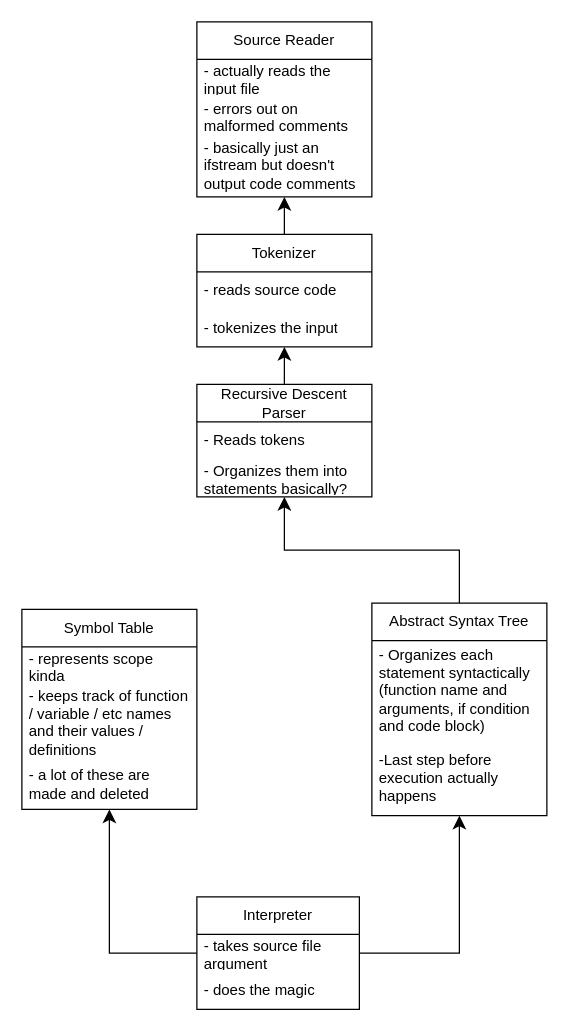
Before: object hierarchy.drawio in mazumderr/Troy, a draw.io diagram. Source tidied: cells renumbered, new cells numbered last; positions are measured from the earlier drawing's top-left corner, leaving out a move shared by most shapes. Both pictures are drawn from the tidied source at 125%, with x=0, y=0 at pixel (21, 21).
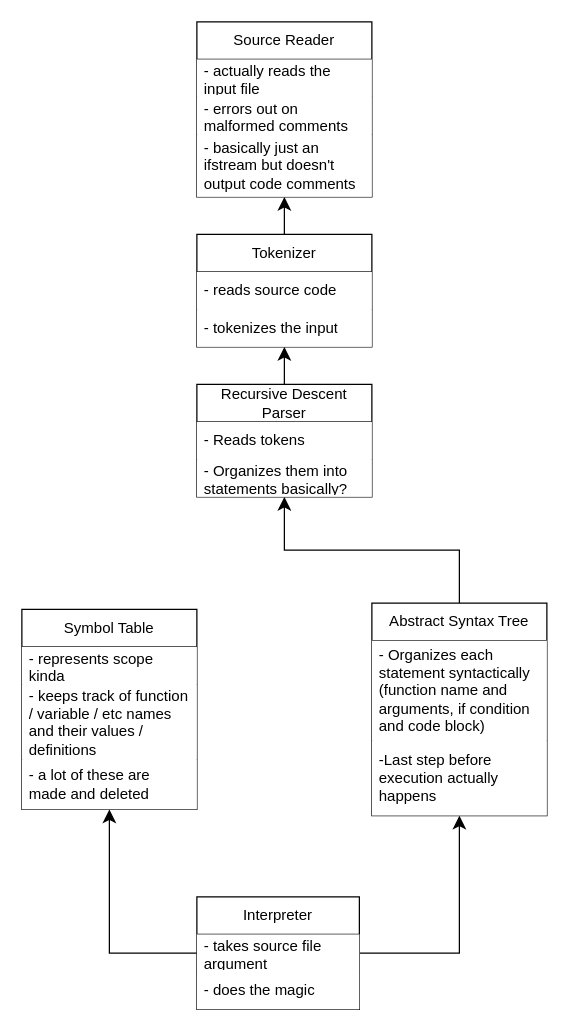
Above is the later version.

Commit message:
made the list backgrounds opaque

Unchanged cells that the change refers to:
```xml
<mxCell id="2" value="Source Reader" style="swimlane;fontStyle=0;horizontal=1;startSize=30;whiteSpace=wrap;html=1;" parent="1" vertex="1">
  <mxGeometry x="140" width="140" height="140" as="geometry" />
</mxCell>
<mxCell id="7" value="Tokenizer" style="swimlane;fontStyle=0;horizontal=1;startSize=30;whiteSpace=wrap;html=1;" parent="1" vertex="1">
  <mxGeometry x="140" y="170" width="140" height="90" as="geometry" />
</mxCell>
<mxCell id="11" value="Recursive Descent Parser" style="swimlane;fontStyle=0;horizontal=1;startSize=30;whiteSpace=wrap;html=1;" parent="1" vertex="1">
  <mxGeometry x="140" y="290" width="140" height="90" as="geometry" />
</mxCell>
<mxCell id="14" value="Symbol Table" style="swimlane;fontStyle=0;horizontal=1;startSize=30;whiteSpace=wrap;html=1;" parent="1" vertex="1">
  <mxGeometry y="470" width="140" height="160" as="geometry" />
</mxCell>
<mxCell id="19" value="Abstract Syntax Tree" style="swimlane;fontStyle=0;horizontal=1;startSize=30;whiteSpace=wrap;html=1;" parent="1" vertex="1">
  <mxGeometry x="280" y="465" width="140" height="170" as="geometry" />
</mxCell>
<mxCell id="24" value="Interpreter" style="swimlane;fontStyle=0;horizontal=1;startSize=30;whiteSpace=wrap;html=1;" parent="1" vertex="1">
  <mxGeometry x="140" y="700" width="130" height="90" as="geometry" />
</mxCell>
```

Change to the diagram source:
```diff
@@
-    <mxCell id="3" value="- actually reads the input file" style="text;strokeColor=none;fillColor=none;align=left;verticalAlign=middle;spacingLeft=4;spacingRight=4;overflow=hidden;whiteSpace=wrap;html=1;" parent="2" vertex="1">
+    <mxCell id="3" value="- actually reads the input file" style="text;strokeColor=none;fillColor=default;align=left;verticalAlign=middle;spacingLeft=4;spacingRight=4;overflow=hidden;whiteSpace=wrap;html=1;" parent="2" vertex="1">
       <mxGeometry y="30" width="140" height="30" as="geometry" />
     </mxCell>
-    <mxCell id="4" value="- errors out on malformed comments" style="text;strokeColor=none;fillColor=none;align=left;verticalAlign=middle;spacingLeft=4;spacingRight=4;overflow=hidden;whiteSpace=wrap;html=1;" parent="2" vertex="1">
+    <mxCell id="4" value="- errors out on malformed comments" style="text;strokeColor=none;fillColor=default;align=left;verticalAlign=middle;spacingLeft=4;spacingRight=4;overflow=hidden;whiteSpace=wrap;html=1;" parent="2" vertex="1">
       <mxGeometry y="60" width="140" height="30" as="geometry" />
     </mxCell>
-    <mxCell id="5" value="&lt;div&gt;- basically just an ifstream but doesn't output code comments&lt;/div&gt;" style="text;strokeColor=none;fillColor=none;align=left;verticalAlign=middle;spacingLeft=4;spacingRight=4;overflow=hidden;whiteSpace=wrap;html=1;" parent="2" vertex="1">
+    <mxCell id="5" value="&lt;div&gt;- basically just an ifstream but doesn't output code comments&lt;/div&gt;" style="text;strokeColor=none;fillColor=default;align=left;verticalAlign=middle;spacingLeft=4;spacingRight=4;overflow=hidden;whiteSpace=wrap;html=1;" parent="2" vertex="1">
       <mxGeometry y="90" width="140" height="50" as="geometry" />
     </mxCell>
@@
-    <mxCell id="8" value="- reads source code" style="text;strokeColor=none;fillColor=none;align=left;verticalAlign=middle;spacingLeft=4;spacingRight=4;overflow=hidden;whiteSpace=wrap;html=1;" parent="7" vertex="1">
+    <mxCell id="8" value="- reads source code" style="text;strokeColor=none;fillColor=default;align=left;verticalAlign=middle;spacingLeft=4;spacingRight=4;overflow=hidden;whiteSpace=wrap;html=1;" parent="7" vertex="1">
       <mxGeometry y="30" width="140" height="30" as="geometry" />
     </mxCell>
-    <mxCell id="9" value="- tokenizes the input" style="text;strokeColor=none;fillColor=none;align=left;verticalAlign=middle;spacingLeft=4;spacingRight=4;overflow=hidden;whiteSpace=wrap;html=1;" parent="7" vertex="1">
+    <mxCell id="9" value="- tokenizes the input" style="text;strokeColor=none;fillColor=default;align=left;verticalAlign=middle;spacingLeft=4;spacingRight=4;overflow=hidden;whiteSpace=wrap;html=1;" parent="7" vertex="1">
       <mxGeometry y="60" width="140" height="30" as="geometry" />
     </mxCell>
@@
-    <mxCell id="12" value="- Reads tokens" style="text;strokeColor=none;fillColor=none;align=left;verticalAlign=middle;spacingLeft=4;spacingRight=4;overflow=hidden;whiteSpace=wrap;html=1;" parent="11" vertex="1">
+    <mxCell id="12" value="- Reads tokens" style="text;strokeColor=none;fillColor=default;align=left;verticalAlign=middle;spacingLeft=4;spacingRight=4;overflow=hidden;whiteSpace=wrap;html=1;" parent="11" vertex="1">
       <mxGeometry y="30" width="140" height="30" as="geometry" />
     </mxCell>
-    <mxCell id="13" value="- Organizes them into statements basically?" style="text;strokeColor=none;fillColor=none;align=left;verticalAlign=middle;spacingLeft=4;spacingRight=4;overflow=hidden;whiteSpace=wrap;html=1;" parent="11" vertex="1">
+    <mxCell id="13" value="- Organizes them into statements basically?" style="text;strokeColor=none;fillColor=default;align=left;verticalAlign=middle;spacingLeft=4;spacingRight=4;overflow=hidden;whiteSpace=wrap;html=1;" parent="11" vertex="1">
       <mxGeometry y="60" width="140" height="30" as="geometry" />
     </mxCell>
@@
-    <mxCell id="15" value="- represents scope kinda" style="text;strokeColor=none;fillColor=none;align=left;verticalAlign=middle;spacingLeft=4;spacingRight=4;overflow=hidden;whiteSpace=wrap;html=1;" parent="14" vertex="1">
+    <mxCell id="15" value="- represents scope kinda" style="text;strokeColor=none;fillColor=default;align=left;verticalAlign=middle;spacingLeft=4;spacingRight=4;overflow=hidden;whiteSpace=wrap;html=1;" parent="14" vertex="1">
       <mxGeometry y="30" width="140" height="30" as="geometry" />
     </mxCell>
-    <mxCell id="16" value="&lt;div&gt;- keeps track of function / variable / etc names and their values / definitions&lt;/div&gt;" style="text;strokeColor=none;fillColor=none;align=left;verticalAlign=middle;spacingLeft=4;spacingRight=4;overflow=hidden;whiteSpace=wrap;html=1;" parent="14" vertex="1">
+    <mxCell id="16" value="&lt;div&gt;- keeps track of function / variable / etc names and their values / definitions&lt;/div&gt;" style="text;strokeColor=none;fillColor=default;align=left;verticalAlign=middle;spacingLeft=4;spacingRight=4;overflow=hidden;whiteSpace=wrap;html=1;" parent="14" vertex="1">
       <mxGeometry y="60" width="140" height="60" as="geometry" />
     </mxCell>
-    <mxCell id="17" value="- a lot of these are made and deleted" style="text;strokeColor=none;fillColor=none;align=left;verticalAlign=middle;spacingLeft=4;spacingRight=4;overflow=hidden;whiteSpace=wrap;html=1;" parent="14" vertex="1">
+    <mxCell id="17" value="- a lot of these are made and deleted" style="text;strokeColor=none;fillColor=default;align=left;verticalAlign=middle;spacingLeft=4;spacingRight=4;overflow=hidden;whiteSpace=wrap;html=1;" parent="14" vertex="1">
       <mxGeometry y="120" width="140" height="40" as="geometry" />
     </mxCell>
@@
-    <mxCell id="20" value="&lt;div&gt;- Organizes each statement syntactically (function name and arguments, if condition and code block)&lt;/div&gt;" style="text;strokeColor=none;fillColor=none;align=left;verticalAlign=middle;spacingLeft=4;spacingRight=4;overflow=hidden;whiteSpace=wrap;html=1;" parent="19" vertex="1">
+    <mxCell id="20" value="&lt;div&gt;- Organizes each statement syntactically (function name and arguments, if condition and code block)&lt;/div&gt;" style="text;strokeColor=none;fillColor=default;align=left;verticalAlign=middle;spacingLeft=4;spacingRight=4;overflow=hidden;whiteSpace=wrap;html=1;" parent="19" vertex="1">
       <mxGeometry y="30" width="140" height="80" as="geometry" />
     </mxCell>
-    <mxCell id="21" value="&lt;div&gt;-Last step before execution actually happens&lt;/div&gt;" style="text;strokeColor=none;fillColor=none;align=left;verticalAlign=middle;spacingLeft=4;spacingRight=4;overflow=hidden;whiteSpace=wrap;html=1;" parent="19" vertex="1">
+    <mxCell id="21" value="&lt;div&gt;-Last step before execution actually happens&lt;/div&gt;" style="text;strokeColor=none;fillColor=default;align=left;verticalAlign=middle;spacingLeft=4;spacingRight=4;overflow=hidden;whiteSpace=wrap;html=1;" parent="19" vertex="1">
       <mxGeometry y="110" width="140" height="60" as="geometry" />
     </mxCell>
@@
-    <mxCell id="25" value="- takes source file argument" style="text;strokeColor=none;fillColor=none;align=left;verticalAlign=middle;spacingLeft=4;spacingRight=4;overflow=hidden;points=[[0,0.5],[1,0.5]];portConstraint=eastwest;whiteSpace=wrap;html=1;" parent="24" vertex="1">
+    <mxCell id="25" value="- takes source file argument" style="text;strokeColor=none;fillColor=default;align=left;verticalAlign=middle;spacingLeft=4;spacingRight=4;overflow=hidden;points=[[0,0.5],[1,0.5]];portConstraint=eastwest;whiteSpace=wrap;html=1;" parent="24" vertex="1">
       <mxGeometry y="30" width="130" height="30" as="geometry" />
     </mxCell>
-    <mxCell id="26" value="- does the magic" style="text;strokeColor=none;fillColor=none;align=left;verticalAlign=middle;spacingLeft=4;spacingRight=4;overflow=hidden;whiteSpace=wrap;html=1;" parent="24" vertex="1">
+    <mxCell id="26" value="- does the magic" style="text;strokeColor=none;fillColor=default;align=left;verticalAlign=middle;spacingLeft=4;spacingRight=4;overflow=hidden;whiteSpace=wrap;html=1;" parent="24" vertex="1">
       <mxGeometry y="60" width="130" height="30" as="geometry" />
     </mxCell>
```
